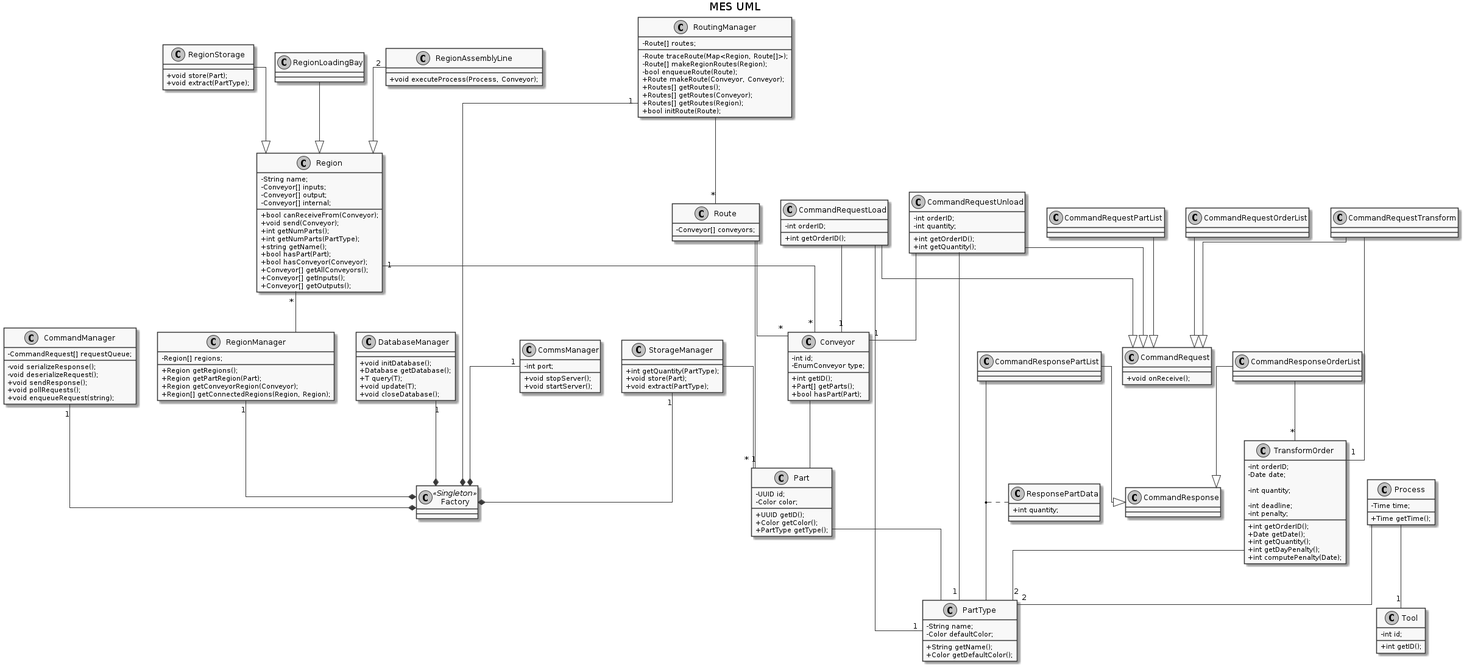
avrocha/plant-floor-control keeps this PlantUML diagram as docs/classes_uml/mes.png. Above is the earlier version.
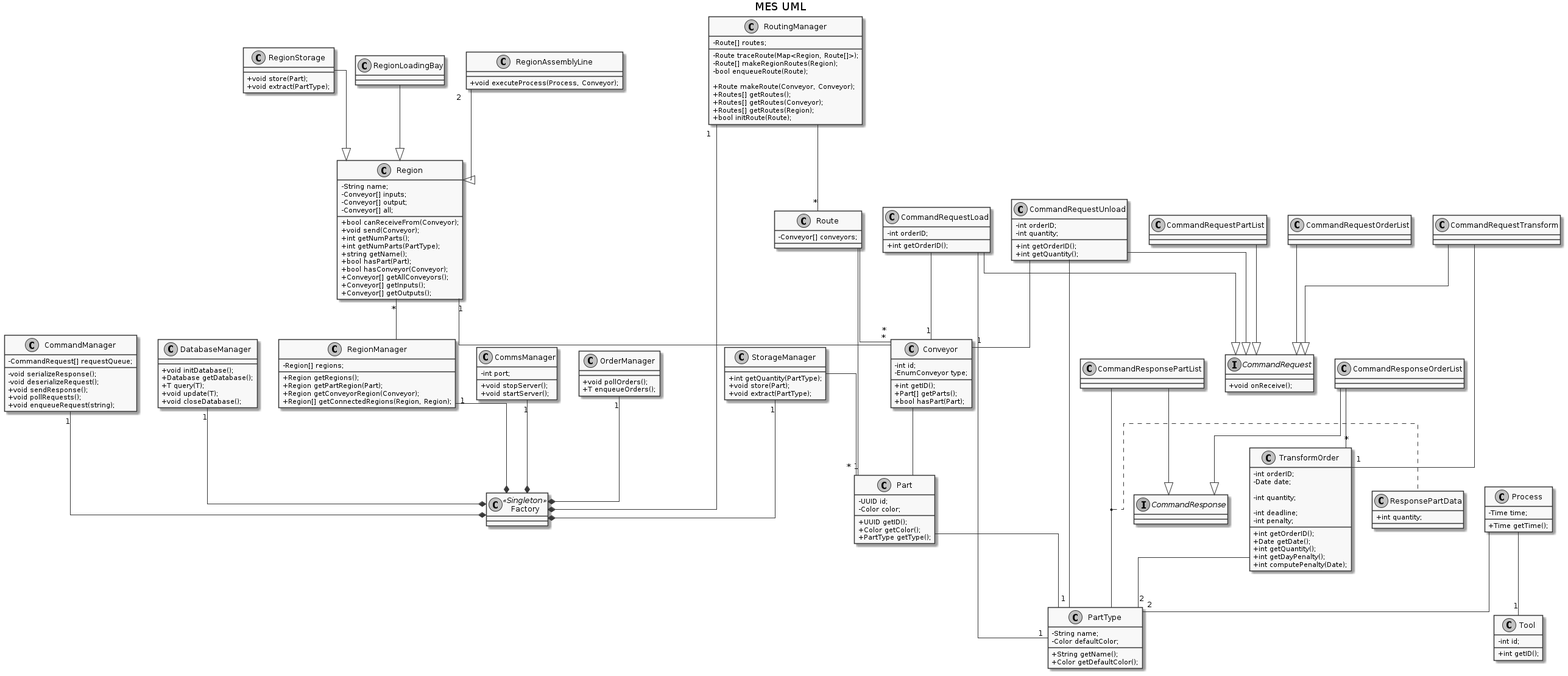
After the change.

The edit, as a diff of the source:
```diff
@@ -15,6 +15,7 @@
 RoutingManager "1"--* Factory
 RegionManager "1"--* Factory
 CommsManager "1"--* Factory
+OrderManager "1"--* Factory
 
 
 class PartType {
@@ -66,7 +67,7 @@
   - String name;
   - Conveyor[] inputs;
   - Conveyor[] output;
-  - Conveyor[] internal;
+  - Conveyor[] all;
 
   + bool canReceiveFrom(Conveyor);
   + void send(Conveyor);
@@ -123,7 +124,7 @@
   + void enqueueRequest(string);
 }
 
-class CommandRequest {
+interface CommandRequest {
   + void onReceive();
 }
 
@@ -184,7 +185,7 @@
 }
 
 
-class CommandResponse {
+interface CommandResponse {
 }
 
 class CommandResponseOrderList {
@@ -210,6 +211,7 @@
   - Route traceRoute(Map<Region, Route[]>);
   - Route[] makeRegionRoutes(Region);
   - bool enqueueRoute(Route);
+
   + Route makeRoute(Conveyor, Conveyor);
   + Routes[] getRoutes();
   + Routes[] getRoutes(Conveyor);
@@ -250,4 +252,11 @@
   + void startServer();
 }
 
+
+class OrderManager{
+
+  + void pollOrders();
+  + T enqueueOrders();
+}
+
 @enduml
```
